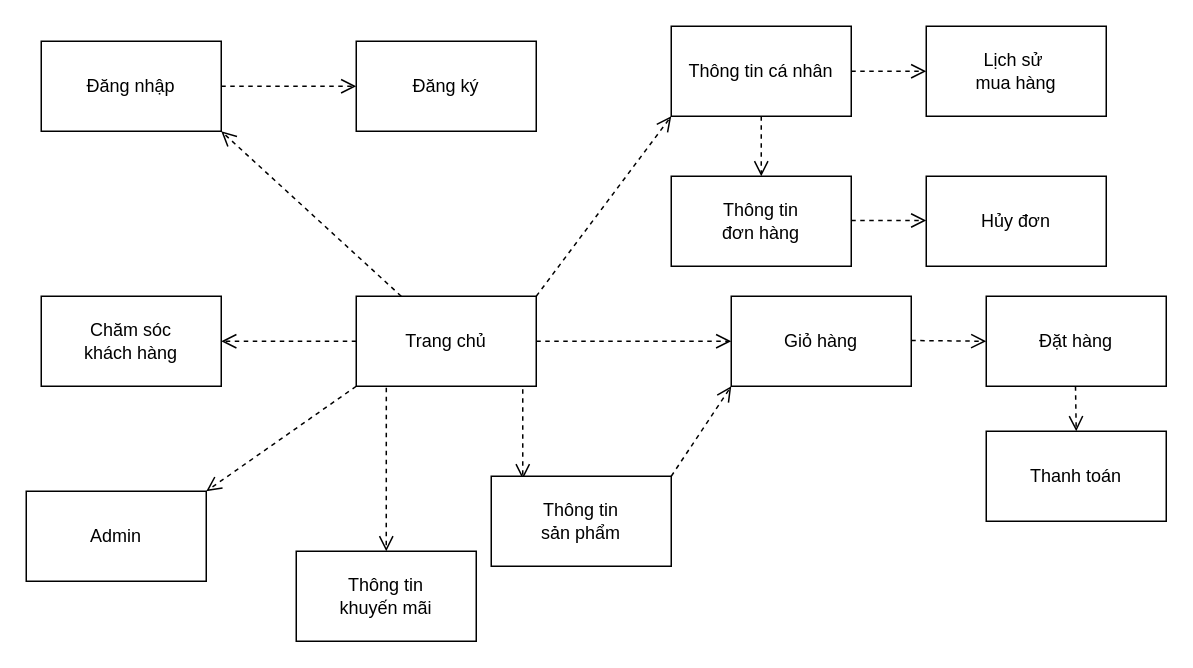
The draw.io diagram biểu đồ dịch chuyển màn hình.drawio in TakarinTD/Web-Shop, before the edit. Source tidied: cells renumbered, new cells numbered last; positions are measured from the earlier drawing's top-left corner, leaving out a move shared by most shapes. Both pictures are drawn from the tidied source at 150%, with x=0, y=0 at pixel (26, 26).
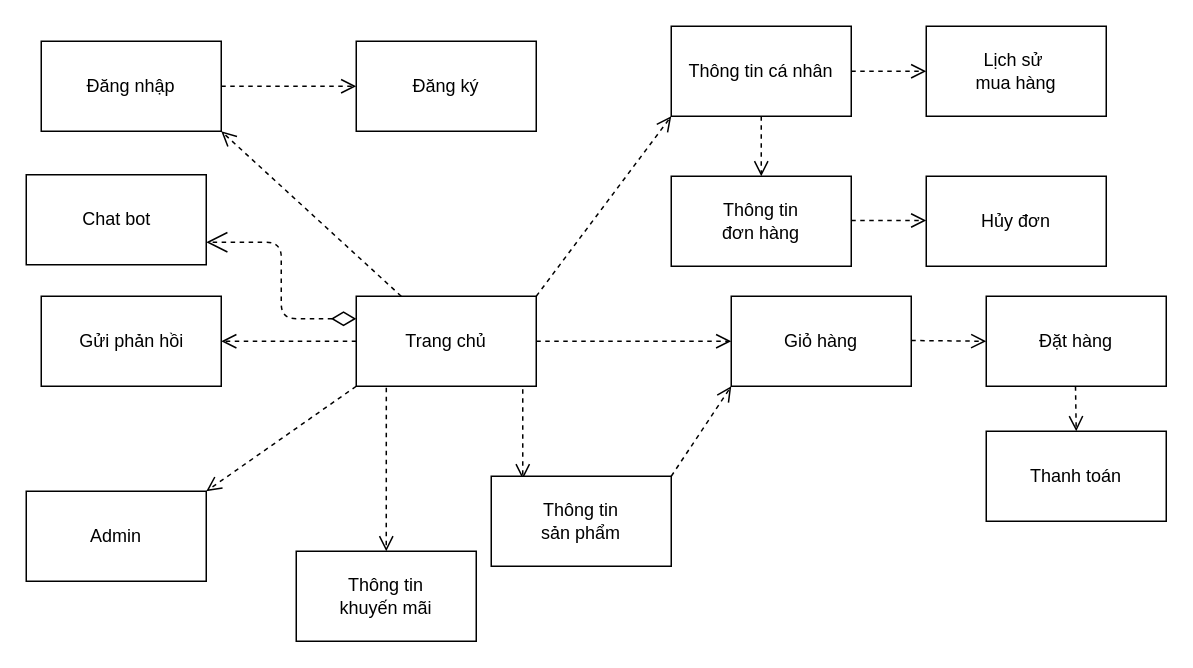
The same page after the edit.

Unchanged cells that the change refers to:
```xml
<mxCell id="3" style="rounded=0;whiteSpace=wrap;html=1;" parent="2" vertex="1">
  <mxGeometry width="120" height="60" as="geometry" />
</mxCell>
<mxCell id="11" style="group;" parent="1" vertex="1">
  <mxGeometry x="10" y="180" width="120" height="60" as="geometry" />
</mxCell>
```

Change to the diagram source:
```diff
@@
-    <mxCell id="13" value="Chăm sóc khách hàng" style="text;html=1;strokeColor=none;fillColor=none;align=center;verticalAlign=middle;whiteSpace=wrap;rounded=0;" parent="11" vertex="1">
-      <mxGeometry x="25" y="20" width="70" height="20" as="geometry" />
+    <mxCell id="13" value="Gửi phản hồi" style="text;html=1;strokeColor=none;fillColor=none;align=center;verticalAlign=middle;whiteSpace=wrap;rounded=0;" parent="11" vertex="1">
+      <mxGeometry x="17.5" y="20" width="85" height="20" as="geometry" />
     </mxCell>
@@
+    <mxCell id="61" style="group;" parent="1" vertex="1">
+      <mxGeometry y="99" width="120" height="60" as="geometry" />
+    </mxCell>
+    <mxCell id="62" style="rounded=0;whiteSpace=wrap;html=1;" parent="61" vertex="1">
+      <mxGeometry width="120" height="60" as="geometry" />
+    </mxCell>
+    <mxCell id="63" value="Chat bot" style="text;html=1;strokeColor=none;fillColor=none;align=center;verticalAlign=middle;whiteSpace=wrap;rounded=0;" parent="61" vertex="1">
+      <mxGeometry x="17.5" y="20" width="85" height="20" as="geometry" />
+    </mxCell>
+    <mxCell id="64" style="endArrow=open;html=1;endSize=12;startArrow=diamondThin;startSize=14;startFill=0;edgeStyle=orthogonalEdgeStyle;align=left;verticalAlign=bottom;entryX=1;entryY=0.75;entryDx=0;entryDy=0;exitX=0;exitY=0.25;exitDx=0;exitDy=0;dashed=1;" parent="1" edge="1" source="3" target="62">
+      <mxGeometry x="-0.34" y="-379" relative="1" as="geometry">
+        <mxPoint x="-29" y="145" as="offset" />
+      </mxGeometry>
+    </mxCell>
```
